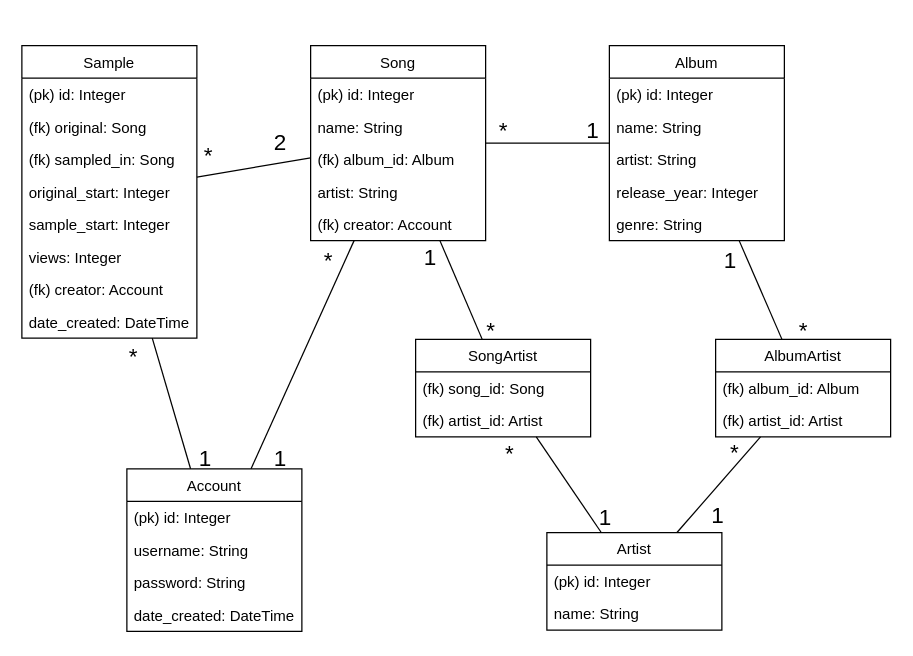
Earlier version of the draw.io diagram documentation/database_diagram.drawio (vikketii/tsoha). Source tidied: cells renumbered, new cells numbered last; positions are measured from the earlier drawing's top-left corner, leaving out a move shared by most shapes. Both pictures are drawn from the tidied source at 125%, with x=0, y=0 at pixel (21, 45).
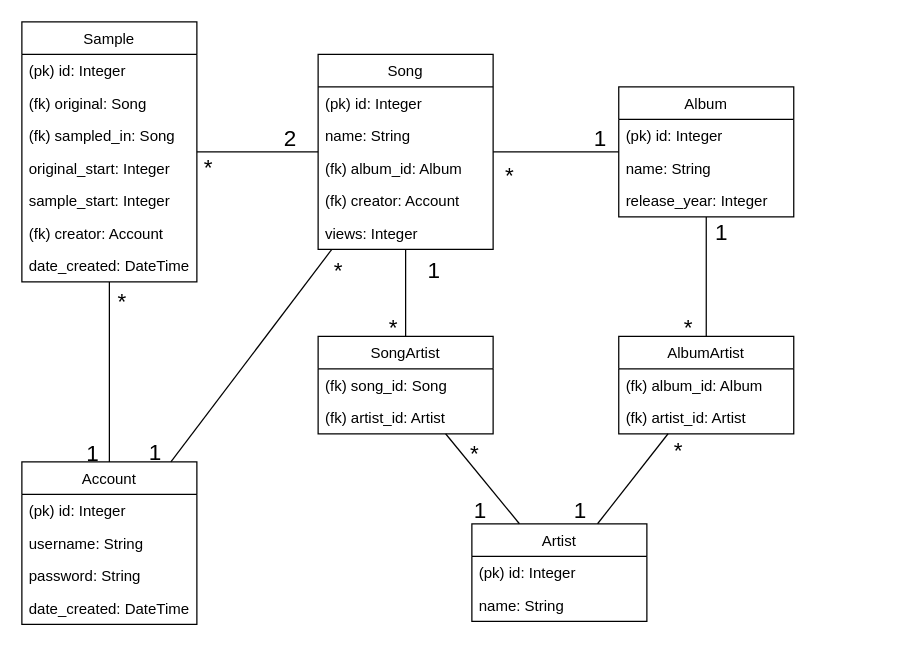
After the change.

Commit message (it also covers changes not shown here):
updated database diagram

Change to the diagram source:
```diff
@@
     <mxCell id="3" value="Song" style="swimlane;fontStyle=0;horizontal=1;startSize=26;fillColor=none;" parent="1" vertex="1">
-      <mxGeometry x="231" width="140" height="156" as="geometry" />
+      <mxGeometry x="237" y="7" width="140" height="156" as="geometry" />
     </mxCell>
@@
-    <mxCell id="7" value="artist: String" style="text;strokeColor=none;fillColor=none;align=left;verticalAlign=top;spacingLeft=4;spacingRight=4;overflow=hidden;" parent="3" vertex="1">
-      <mxGeometry y="104" width="140" height="26" as="geometry" />
-    </mxCell>
     <mxCell id="8" value="(fk) creator: Account" style="text;strokeColor=none;fillColor=none;align=left;verticalAlign=top;spacingLeft=4;spacingRight=4;overflow=hidden;" parent="3" vertex="1">
-      <mxGeometry y="130" width="140" height="26" as="geometry" />
+      <mxGeometry y="104" width="140" height="26" as="geometry" />
     </mxCell>
+    <mxCell id="44" value="views: Integer" style="text;strokeColor=none;fillColor=none;align=left;verticalAlign=top;spacingLeft=4;spacingRight=4;overflow=hidden;" parent="3" vertex="1">
+      <mxGeometry y="130" width="140" height="26" as="geometry" />
+    </mxCell>
     <mxCell id="9" value="Album" style="swimlane;fontStyle=0;horizontal=1;startSize=26;fillColor=none;" parent="1" vertex="1">
-      <mxGeometry x="470" width="140" height="156" as="geometry" />
+      <mxGeometry x="477.5" y="33" width="140" height="104" as="geometry" />
     </mxCell>
@@
-    <mxCell id="12" value="artist: String" style="text;strokeColor=none;fillColor=none;align=left;verticalAlign=top;spacingLeft=4;spacingRight=4;overflow=hidden;" parent="9" vertex="1">
-      <mxGeometry y="78" width="140" height="26" as="geometry" />
-    </mxCell>
     <mxCell id="13" value="release_year: Integer" style="text;strokeColor=none;fillColor=none;align=left;verticalAlign=top;spacingLeft=4;spacingRight=4;overflow=hidden;" parent="9" vertex="1">
-      <mxGeometry y="104" width="140" height="26" as="geometry" />
+      <mxGeometry y="78" width="140" height="26" as="geometry" />
     </mxCell>
-    <mxCell id="14" value="genre: String" style="text;strokeColor=none;fillColor=none;align=left;verticalAlign=top;spacingLeft=4;spacingRight=4;overflow=hidden;" parent="9" vertex="1">
-      <mxGeometry y="130" width="140" height="26" as="geometry" />
-    </mxCell>
     <mxCell id="15" value="&lt;div style=&quot;font-size: 18px;&quot;&gt;*&lt;/div&gt;" style="text;html=1;align=left;verticalAlign=top;spacingTop=-4;fontSize=18;" parent="1" vertex="1">
-      <mxGeometry x="380" y="55" width="20" height="20" as="geometry" />
+      <mxGeometry x="384.5" y="91" width="20" height="20" as="geometry" />
     </mxCell>
     <mxCell id="16" value="&lt;div style=&quot;font-size: 18px;&quot;&gt;1&lt;/div&gt;" style="text;html=1;align=left;verticalAlign=top;spacingTop=-4;fontSize=18;" parent="1" vertex="1">
-      <mxGeometry x="450" y="55" width="20" height="20" as="geometry" />
+      <mxGeometry x="456" y="62" width="20" height="20" as="geometry" />
     </mxCell>
@@
     <mxCell id="18" value="Artist" style="swimlane;fontStyle=0;horizontal=1;startSize=26;fillColor=none;" parent="1" vertex="1">
-      <mxGeometry x="420" y="389.5" width="140" height="78" as="geometry" />
+      <mxGeometry x="360" y="382.5" width="140" height="78" as="geometry" />
     </mxCell>
@@
     <mxCell id="22" value="&lt;div style=&quot;font-size: 18px;&quot;&gt;*&lt;/div&gt;" style="text;html=1;align=left;verticalAlign=top;spacingTop=-4;fontSize=18;" parent="1" vertex="1">
-      <mxGeometry x="369.5" y="215" width="20" height="20" as="geometry" />
+      <mxGeometry x="291.5" y="212.5" width="20" height="20" as="geometry" />
     </mxCell>
@@
     <mxCell id="24" value="SongArtist" style="swimlane;fontStyle=0;horizontal=1;startSize=26;fillColor=none;fontSize=12;" parent="1" vertex="1">
-      <mxGeometry x="315" y="235" width="140" height="78" as="geometry" />
+      <mxGeometry x="237" y="232.5" width="140" height="78" as="geometry" />
     </mxCell>
@@
     <mxCell id="27" value="AlbumArtist" style="swimlane;fontStyle=0;horizontal=1;startSize=26;fillColor=none;fontSize=12;" parent="1" vertex="1">
-      <mxGeometry x="555" y="235" width="140" height="78" as="geometry" />
+      <mxGeometry x="477.5" y="232.5" width="140" height="78" as="geometry" />
     </mxCell>
@@
     <mxCell id="31" value="&lt;div style=&quot;font-size: 18px;&quot;&gt;*&lt;/div&gt;" style="text;html=1;align=left;verticalAlign=top;spacingTop=-4;fontSize=18;" parent="1" vertex="1">
-      <mxGeometry x="385" y="313.5" width="20" height="20" as="geometry" />
+      <mxGeometry x="357" y="313.5" width="20" height="20" as="geometry" />
     </mxCell>
     <mxCell id="32" value="&lt;div style=&quot;font-size: 18px;&quot;&gt;*&lt;/div&gt;" style="text;html=1;align=left;verticalAlign=top;spacingTop=-4;fontSize=18;" parent="1" vertex="1">
-      <mxGeometry x="565" y="313" width="20" height="20" as="geometry" />
+      <mxGeometry x="520" y="310.5" width="20" height="20" as="geometry" />
     </mxCell>
     <mxCell id="33" value="&lt;div style=&quot;font-size: 18px;&quot;&gt;*&lt;/div&gt;" style="text;html=1;align=left;verticalAlign=top;spacingTop=-4;fontSize=18;" parent="1" vertex="1">
-      <mxGeometry x="620" y="215" width="20" height="20" as="geometry" />
+      <mxGeometry x="527.5" y="212.5" width="20" height="20" as="geometry" />
     </mxCell>
     <mxCell id="34" value="&lt;div style=&quot;font-size: 18px;&quot;&gt;1&lt;/div&gt;" style="text;html=1;align=left;verticalAlign=top;spacingTop=-4;fontSize=18;" parent="1" vertex="1">
-      <mxGeometry x="320" y="157" width="20" height="20" as="geometry" />
+      <mxGeometry x="322.5" y="167" width="20" height="20" as="geometry" />
     </mxCell>
     <mxCell id="35" value="&lt;div style=&quot;font-size: 18px;&quot;&gt;1&lt;/div&gt;" style="text;html=1;align=left;verticalAlign=top;spacingTop=-4;fontSize=18;" parent="1" vertex="1">
-      <mxGeometry x="560" y="159" width="20" height="20" as="geometry" />
+      <mxGeometry x="552.5" y="137" width="20" height="20" as="geometry" />
     </mxCell>
     <mxCell id="36" value="&lt;div style=&quot;font-size: 18px;&quot;&gt;1&lt;/div&gt;" style="text;html=1;align=left;verticalAlign=top;spacingTop=-4;fontSize=18;" parent="1" vertex="1">
-      <mxGeometry x="550" y="362.5" width="20" height="20" as="geometry" />
+      <mxGeometry x="440" y="359" width="20" height="20" as="geometry" />
     </mxCell>
     <mxCell id="37" value="&lt;div style=&quot;font-size: 18px;&quot;&gt;1&lt;/div&gt;" style="text;html=1;align=left;verticalAlign=top;spacingTop=-4;fontSize=18;" parent="1" vertex="1">
-      <mxGeometry x="460" y="364.5" width="20" height="20" as="geometry" />
+      <mxGeometry x="360" y="359" width="20" height="20" as="geometry" />
     </mxCell>
     <mxCell id="38" value="Sample" style="swimlane;fontStyle=0;horizontal=1;startSize=26;fillColor=none;fontSize=12;" parent="1" vertex="1">
-      <mxGeometry width="140" height="234" as="geometry" />
+      <mxGeometry y="-19" width="140" height="208" as="geometry" />
     </mxCell>
@@
-    <mxCell id="44" value="views: Integer" style="text;strokeColor=none;fillColor=none;align=left;verticalAlign=top;spacingLeft=4;spacingRight=4;overflow=hidden;" parent="38" vertex="1">
-      <mxGeometry y="156" width="140" height="26" as="geometry" />
-    </mxCell>
     <mxCell id="45" value="(fk) creator: Account" style="text;strokeColor=none;fillColor=none;align=left;verticalAlign=top;spacingLeft=4;spacingRight=4;overflow=hidden;" parent="38" vertex="1">
-      <mxGeometry y="182" width="140" height="26" as="geometry" />
+      <mxGeometry y="156" width="140" height="26" as="geometry" />
     </mxCell>
     <mxCell id="46" value="date_created: DateTime" style="text;strokeColor=none;fillColor=none;align=left;verticalAlign=top;spacingLeft=4;spacingRight=4;overflow=hidden;" parent="38" vertex="1">
-      <mxGeometry y="208" width="140" height="26" as="geometry" />
+      <mxGeometry y="182" width="140" height="26" as="geometry" />
     </mxCell>
@@
     <mxCell id="48" value="2" style="text;html=1;align=left;verticalAlign=top;spacingTop=-4;fontSize=18;" parent="1" vertex="1">
-      <mxGeometry x="200" y="65" width="30" height="20" as="geometry" />
+      <mxGeometry x="207.5" y="62" width="30" height="20" as="geometry" />
     </mxCell>
     <mxCell id="49" value="&lt;div style=&quot;font-size: 18px;&quot;&gt;*&lt;/div&gt;" style="text;html=1;align=left;verticalAlign=top;spacingTop=-4;fontSize=18;" parent="1" vertex="1">
-      <mxGeometry x="144" y="75" width="20" height="20" as="geometry" />
+      <mxGeometry x="144" y="85" width="20" height="20" as="geometry" />
     </mxCell>
@@
     <mxCell id="52" value="Account" style="swimlane;fontStyle=0;horizontal=1;startSize=26;fillColor=none;" parent="1" vertex="1">
-      <mxGeometry x="84" y="338.5" width="140" height="130" as="geometry" />
+      <mxGeometry y="333" width="140" height="130" as="geometry" />
     </mxCell>
@@
     <mxCell id="57" value="&lt;div style=&quot;font-size: 18px;&quot;&gt;*&lt;/div&gt;" style="text;html=1;align=left;verticalAlign=top;spacingTop=-4;fontSize=18;" parent="1" vertex="1">
-      <mxGeometry x="240" y="159" width="20" height="20" as="geometry" />
+      <mxGeometry x="247.5" y="167" width="20" height="20" as="geometry" />
     </mxCell>
     <mxCell id="58" value="&lt;div style=&quot;font-size: 18px;&quot;&gt;1&lt;/div&gt;" style="text;html=1;align=left;verticalAlign=top;spacingTop=-4;fontSize=18;" parent="1" vertex="1">
-      <mxGeometry x="200" y="317.5" width="20" height="20" as="geometry" />
+      <mxGeometry x="100" y="313" width="20" height="20" as="geometry" />
     </mxCell>
     <mxCell id="59" value="&lt;div style=&quot;font-size: 18px;&quot;&gt;1&lt;/div&gt;" style="text;html=1;align=left;verticalAlign=top;spacingTop=-4;fontSize=18;" parent="1" vertex="1">
-      <mxGeometry x="140" y="318" width="20" height="20" as="geometry" />
+      <mxGeometry x="50" y="313.5" width="20" height="20" as="geometry" />
     </mxCell>
     <mxCell id="60" value="&lt;div style=&quot;font-size: 18px;&quot;&gt;*&lt;/div&gt;" style="text;html=1;align=left;verticalAlign=top;spacingTop=-4;fontSize=18;" parent="1" vertex="1">
-      <mxGeometry x="84" y="236" width="20" height="20" as="geometry" />
+      <mxGeometry x="75" y="191.5" width="20" height="20" as="geometry" />
     </mxCell>
```
